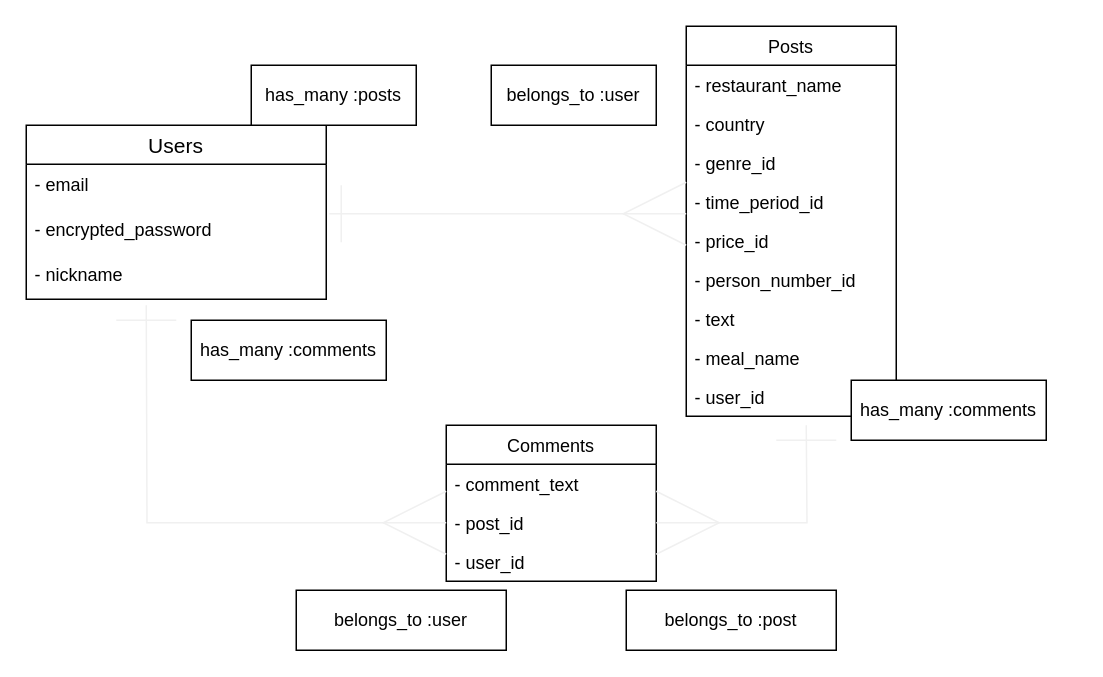
Above: test.dio in piposaruuuu/tabimeshi (draw.io), before the change. Source tidied: cells renumbered, new cells numbered last; positions are measured from the earlier drawing's top-left corner, leaving out a move shared by most shapes. Both pictures are drawn from the tidied source at 150%, with x=0, y=0 at pixel (26, 26).
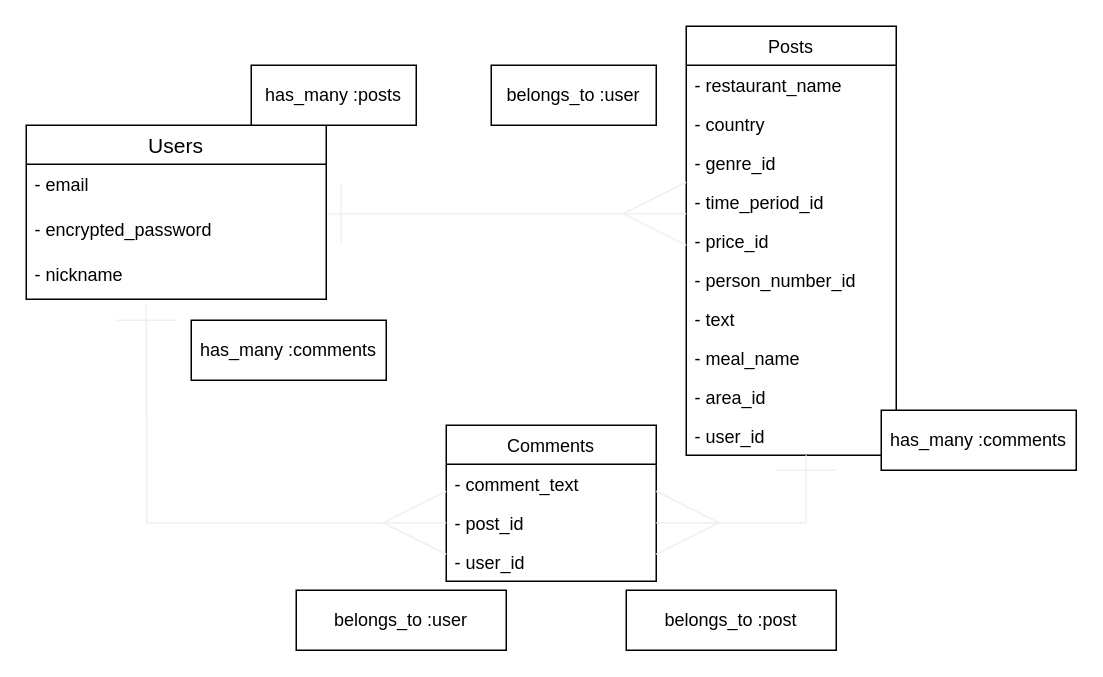
The same diagram, later.

Unchanged cells that the change refers to:
```xml
<mxCell id="4" value="- post_id" style="text;strokeColor=none;fillColor=none;align=left;verticalAlign=top;spacingLeft=4;spacingRight=4;overflow=hidden;points=[[0,0.5],[1,0.5]];portConstraint=eastwest;" parent="2" vertex="1">
  <mxGeometry y="52" width="140" height="26" as="geometry" />
</mxCell>
```

Diff of the diagram source:
```diff
@@
     <mxCell id="6" value="Posts" style="swimlane;fontStyle=0;horizontal=1;startSize=26;" parent="1" vertex="1">
-      <mxGeometry x="440" width="140" height="260" as="geometry" />
+      <mxGeometry x="440" width="140" height="286" as="geometry" />
     </mxCell>
@@
+    <mxCell id="32" value="- area_id" style="text;strokeColor=none;fillColor=none;align=left;verticalAlign=top;spacingLeft=4;spacingRight=4;overflow=hidden;" parent="6" vertex="1">
+      <mxGeometry y="234" width="140" height="26" as="geometry" />
+    </mxCell>
     <mxCell id="15" value="- user_id" style="text;strokeColor=none;fillColor=none;align=left;verticalAlign=top;spacingLeft=4;spacingRight=4;overflow=hidden;points=[[0,0.5],[1,0.5]];portConstraint=eastwest;" parent="6" vertex="1">
-      <mxGeometry y="234" width="140" height="26" as="geometry" />
+      <mxGeometry y="260" width="140" height="26" as="geometry" />
     </mxCell>
@@
-    <mxCell id="22" style="edgeStyle=orthogonalEdgeStyle;rounded=0;jettySize=auto;html=1;startArrow=ERmany;startFill=0;endArrow=none;endFill=0;startSize=40;endSize=40;strokeColor=#f0f0f0;exitX=1;exitY=0.5;exitDx=0;exitDy=0;" parent="1" edge="1" source="4">
-      <mxGeometry relative="1" as="geometry">
-        <mxPoint x="520" y="266" as="targetPoint" />
-      </mxGeometry>
+    <mxCell id="22" style="edgeStyle=orthogonalEdgeStyle;rounded=0;jettySize=auto;html=1;startArrow=ERmany;startFill=0;endArrow=none;endFill=0;startSize=40;endSize=40;strokeColor=#f0f0f0;exitX=1;exitY=0.5;exitDx=0;exitDy=0;entryX=0.571;entryY=1;entryDx=0;entryDy=0;entryPerimeter=0;" parent="1" edge="1" source="4" target="15">
+      <mxGeometry relative="1" as="geometry" />
     </mxCell>
@@
     <mxCell id="27" style="endArrow=none;html=1;rounded=0;startSize=40;endSize=40;strokeColor=#f0f0f0;" parent="1" edge="1">
       <mxGeometry relative="1" as="geometry">
-        <mxPoint x="500" y="276" as="sourcePoint" />
-        <mxPoint x="540" y="276" as="targetPoint" />
+        <mxPoint x="500" y="296" as="sourcePoint" />
+        <mxPoint x="540" y="296" as="targetPoint" />
         <Array as="points">
-          <mxPoint x="520" y="276" />
+          <mxPoint x="520" y="296" />
         </Array>
       </mxGeometry>
     </mxCell>
@@
     <mxCell id="30" value="&lt;span&gt;has_many :comments&lt;/span&gt;" style="whiteSpace=wrap;html=1;align=center;" parent="1" vertex="1">
-      <mxGeometry x="550" y="236" width="130" height="40" as="geometry" />
+      <mxGeometry x="570" y="256" width="130" height="40" as="geometry" />
     </mxCell>
```
